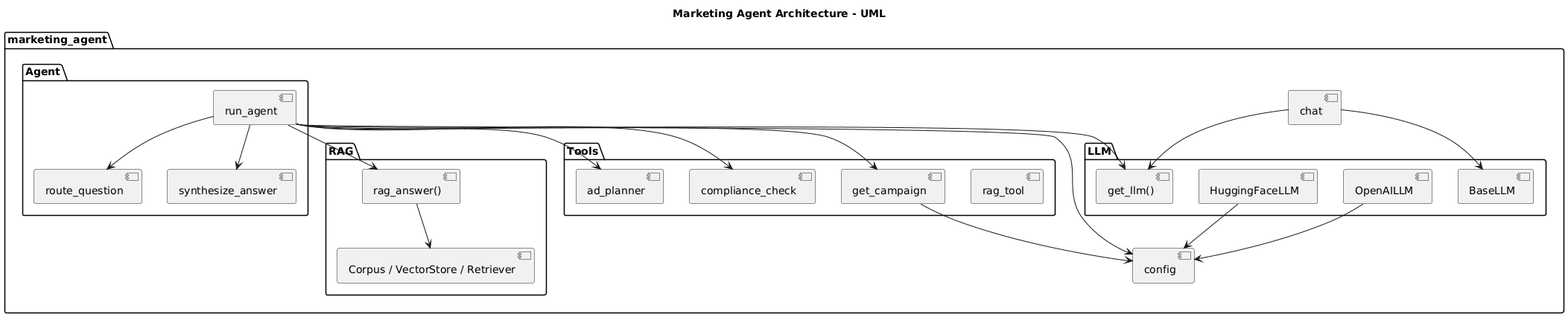
This is docs/UML_Diagram.png from JarrettChen217/EECS-E6895-Big_Data_AI-MidTerm_Project, a PlantUML export, as it was before one commit. The source it was exported from:
```plantuml
@startuml
title Marketing Agent Architecture - UML

package "marketing_agent" {

  [config]

  package "LLM" {
    [BaseLLM]
    [HuggingFaceLLM]
    [OpenAILLM]
    [get_llm()]
  }

  package "RAG" {
    [Corpus / VectorStore / Retriever]
    [rag_answer()]
  }

  package "Tools" {
    [ad_planner]
    [compliance_check]
    [get_campaign]
    [rag_tool]
  }

  package "Agent" {
    [route_question]
    [run_agent]
    [synthesize_answer]
  }

  [chat]
}

[chat] --> [get_llm()]
[chat] --> [BaseLLM]

[run_agent] --> [route_question]
[run_agent] --> [synthesize_answer]
[run_agent] --> [get_llm()]
[run_agent] --> [rag_answer()]
[run_agent] --> [ad_planner]
[run_agent] --> [compliance_check]
[run_agent] --> [get_campaign]

[rag_answer()] --> [Corpus / VectorStore / Retriever]

[HuggingFaceLLM] --> [config]
[OpenAILLM] --> [config]
[get_campaign] --> [config]
[run_agent] --> [config]
@enduml
```
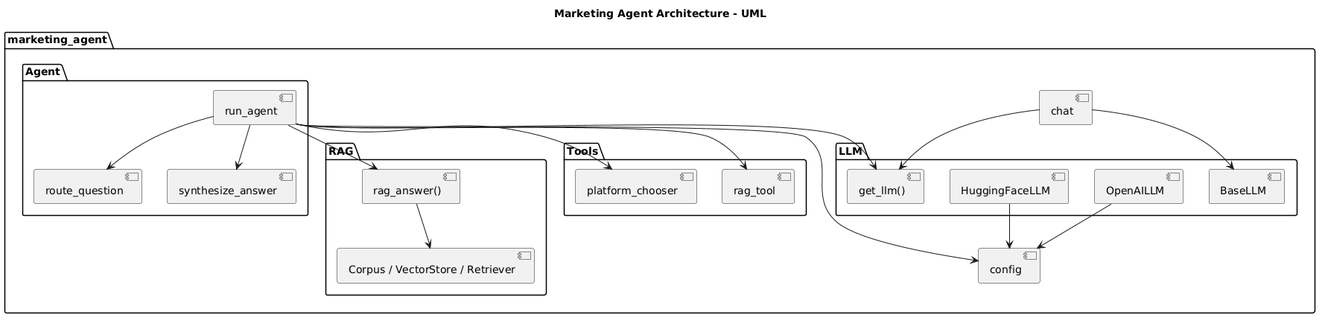
The same diagram one commit later.

Diff of the diagram source:
```diff
@@ -18,9 +18,7 @@
   }
 
   package "Tools" {
-    [ad_planner]
-    [compliance_check]
-    [get_campaign]
+    [platform_chooser]
     [rag_tool]
   }
 
@@ -40,14 +38,12 @@
 [run_agent] --> [synthesize_answer]
 [run_agent] --> [get_llm()]
 [run_agent] --> [rag_answer()]
-[run_agent] --> [ad_planner]
-[run_agent] --> [compliance_check]
-[run_agent] --> [get_campaign]
+[run_agent] --> [platform_chooser]
+[run_agent] --> [rag_tool]
 
 [rag_answer()] --> [Corpus / VectorStore / Retriever]
 
 [HuggingFaceLLM] --> [config]
 [OpenAILLM] --> [config]
-[get_campaign] --> [config]
 [run_agent] --> [config]
 @enduml
```
